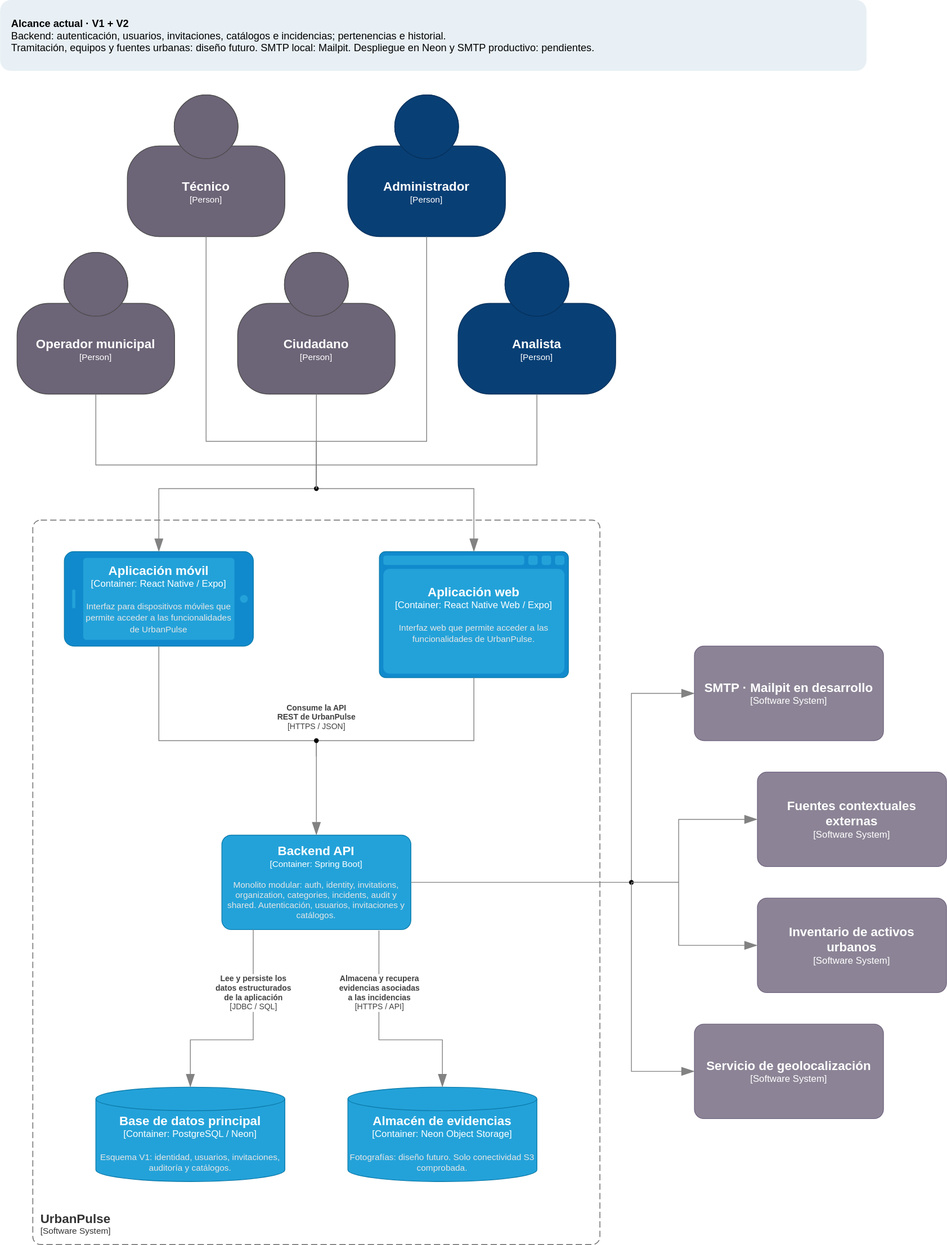
The draw.io diagram docs/diagrams/c4-containers.svg in CeNtAuRoOo/urban-pulse-app, before a commit. Source tidied: cells renumbered, new cells last; positions are measured from the earlier drawing's top-left corner, leaving out a move shared by most shapes.
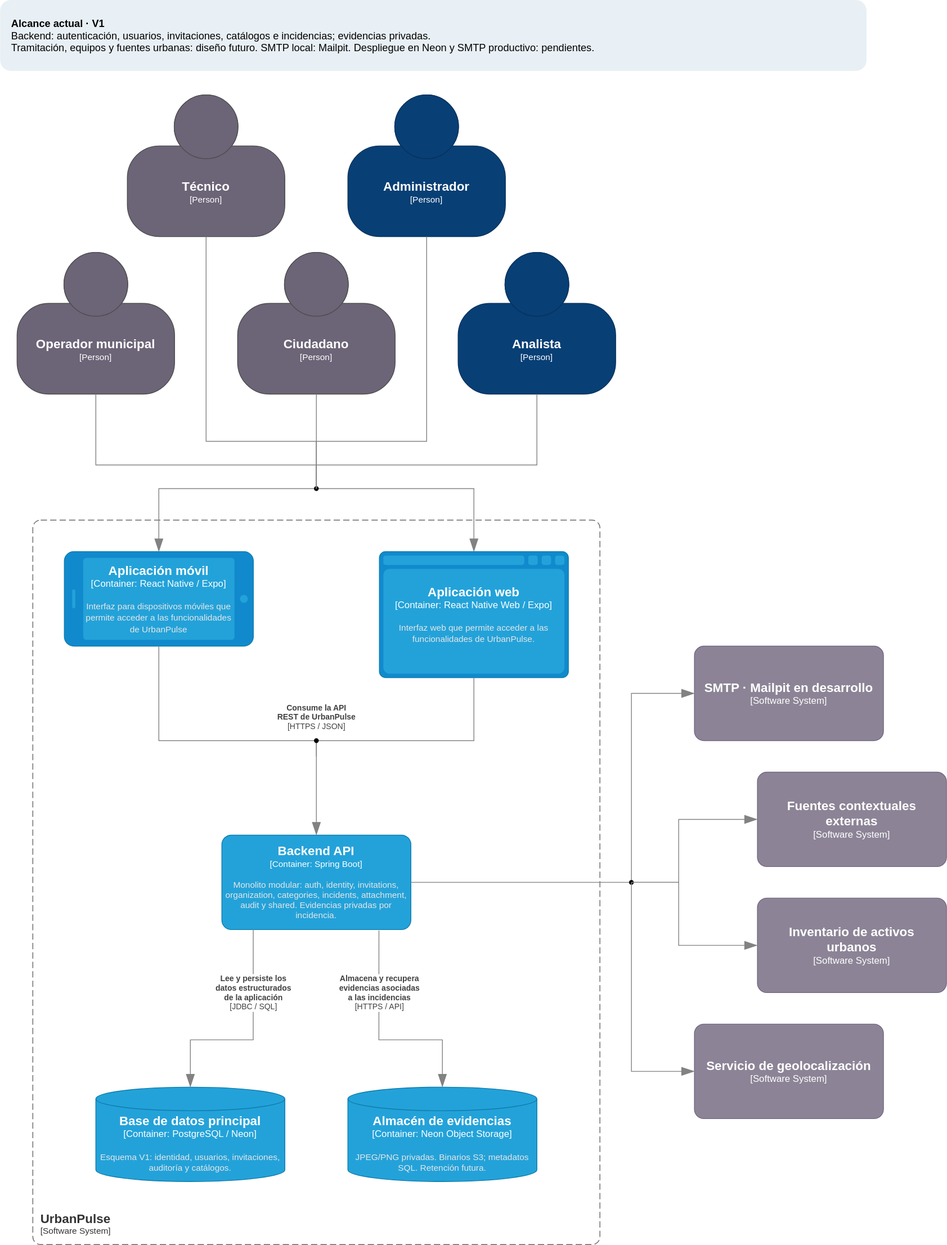
Above is the later version.

Change to the diagram source:
```diff
@@ -7,7 +7,7 @@
         <mxGeometry x="81" y="700" width="240" height="120" as="geometry" />
       </mxCell>
     </object>
-    <object id="3" label="&lt;font style=&quot;font-size: 16px&quot;&gt;&lt;b&gt;%c4Name%&lt;/b&gt;&lt;/font&gt;&lt;div&gt;[%c4Type%: %c4Technology%]&lt;/div&gt;&lt;br&gt;&lt;div&gt;&lt;font style=&quot;font-size: 11px&quot;&gt;&lt;font color=&quot;#E6E6E6&quot;&gt;%c4Description%&lt;/font&gt;&lt;/div&gt;" c4Description="Monolito modular: auth, identity, invitations, organization, categories, incidents, audit y shared. Autenticación, usuarios, invitaciones y catálogos." c4Name="Backend API" c4Technology="Spring Boot" c4Type="Container" placeholders="1">
+    <object id="3" label="&lt;font style=&quot;font-size: 16px&quot;&gt;&lt;b&gt;%c4Name%&lt;/b&gt;&lt;/font&gt;&lt;div&gt;[%c4Type%: %c4Technology%]&lt;/div&gt;&lt;br&gt;&lt;div&gt;&lt;font style=&quot;font-size: 11px&quot;&gt;&lt;font color=&quot;#E6E6E6&quot;&gt;%c4Description%&lt;/font&gt;&lt;/div&gt;" c4Description="Monolito modular: auth, identity, invitations, organization, categories, incidents, attachment, audit y shared. Evidencias privadas por incidencia." c4Name="Backend API" c4Technology="Spring Boot" c4Type="Container" placeholders="1">
       <mxCell style="rounded=1;whiteSpace=wrap;html=1;fontSize=11;labelBackgroundColor=none;fillColor=#23A2D9;fontColor=#ffffff;align=center;arcSize=10;strokeColor=#0E7DAD;points=[[0.25,0,0],[0.5,0,0],[0.75,0,0],[1,0.25,0],[1,0.5,0],[1,0.75,0],[0.75,1,0],[0.5,1,0],[0.25,1,0],[0,0.75,0],[0,0.5,0],[0,0.25,0]];" parent="1" vertex="1">
         <mxGeometry x="281" y="1060" width="240" height="120" as="geometry" />
       </mxCell>
@@ -17,7 +17,7 @@
         <mxGeometry x="121" y="1380" width="240" height="120" as="geometry" />
       </mxCell>
     </object>
-    <object id="5" label="&lt;font style=&quot;font-size: 16px&quot;&gt;&lt;b&gt;%c4Name%&lt;/b&gt;&lt;/font&gt;&lt;div&gt;[%c4Type%: %c4Technology%]&lt;/div&gt;&lt;br&gt;&lt;div&gt;&lt;font style=&quot;font-size: 11px&quot;&gt;&lt;font color=&quot;#E6E6E6&quot;&gt;%c4Description%&lt;/font&gt;&lt;/div&gt;" c4Description="Fotografías: diseño futuro. Solo conectividad S3 comprobada." c4Name="Almacén de evidencias" c4Technology="Neon Object Storage" c4Type="Container" placeholders="1">
+    <object id="5" label="&lt;font style=&quot;font-size: 16px&quot;&gt;&lt;b&gt;%c4Name%&lt;/b&gt;&lt;/font&gt;&lt;div&gt;[%c4Type%: %c4Technology%]&lt;/div&gt;&lt;br&gt;&lt;div&gt;&lt;font style=&quot;font-size: 11px&quot;&gt;&lt;font color=&quot;#E6E6E6&quot;&gt;%c4Description%&lt;/font&gt;&lt;/div&gt;" c4Description="JPEG/PNG privadas. Binarios S3; metadatos SQL. Retención futura." c4Name="Almacén de evidencias" c4Technology="Neon Object Storage" c4Type="Container" placeholders="1">
       <mxCell style="shape=cylinder3;size=15;whiteSpace=wrap;html=1;boundedLbl=1;rounded=0;labelBackgroundColor=none;fillColor=#23A2D9;fontSize=12;fontColor=#ffffff;align=center;strokeColor=#0E7DAD;points=[[0.5,0,0],[1,0.25,0],[1,0.5,0],[1,0.75,0],[0.5,1,0],[0,0.75,0],[0,0.5,0],[0,0.25,0]];" parent="1" vertex="1">
         <mxGeometry x="441" y="1380" width="240" height="120" as="geometry" />
       </mxCell>
@@ -234,7 +234,7 @@
         <mxGeometry x="881" y="820" width="240" height="120" as="geometry" />
       </mxCell>
     </object>
-    <mxCell id="37" value="&lt;b&gt;Alcance actual · V1 + V2&lt;/b&gt;&lt;br&gt;Backend: autenticación, usuarios, invitaciones, catálogos e incidencias; pertenencias e historial.&lt;br&gt;Tramitación, equipos y fuentes urbanas: diseño futuro. SMTP local: Mailpit. Despliegue en Neon y SMTP productivo: pendientes." style="rounded=1;whiteSpace=wrap;html=1;align=left;verticalAlign=middle;spacing=14;fillColor=#e8f0f5;strokeColor=none;fontSize=13;" parent="1" vertex="1">
+    <mxCell id="37" value="&lt;b&gt;Alcance actual · V1&lt;/b&gt;&lt;br&gt;Backend: autenticación, usuarios, invitaciones, catálogos e incidencias; evidencias privadas.&lt;br&gt;Tramitación, equipos y fuentes urbanas: diseño futuro. SMTP local: Mailpit. Despliegue en Neon y SMTP productivo: pendientes." style="rounded=1;whiteSpace=wrap;html=1;align=left;verticalAlign=middle;spacing=14;fillColor=#e8f0f5;strokeColor=none;fontSize=13;" parent="1" vertex="1">
       <mxGeometry width="1100" height="90" as="geometry" />
     </mxCell>
   </root>
```
